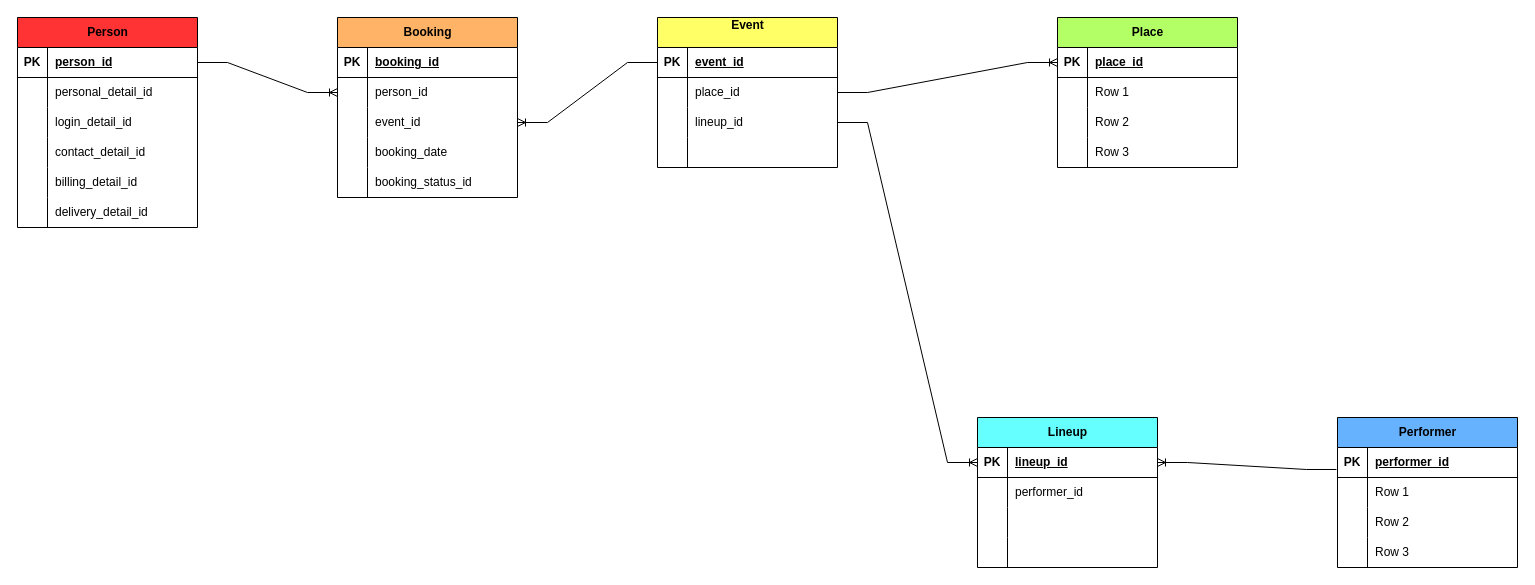
weirparty/drawings keeps this draw.io diagram as page "High Level" (2 of 3) of test.drawio. Above is the earlier version. Source tidied: cells renumbered, new cells numbered last; positions are measured from the earlier drawing's top-left corner, leaving out a move shared by most shapes. Both pictures are drawn from the tidied source at 100%, with x=0, y=0 at pixel (17, 17).
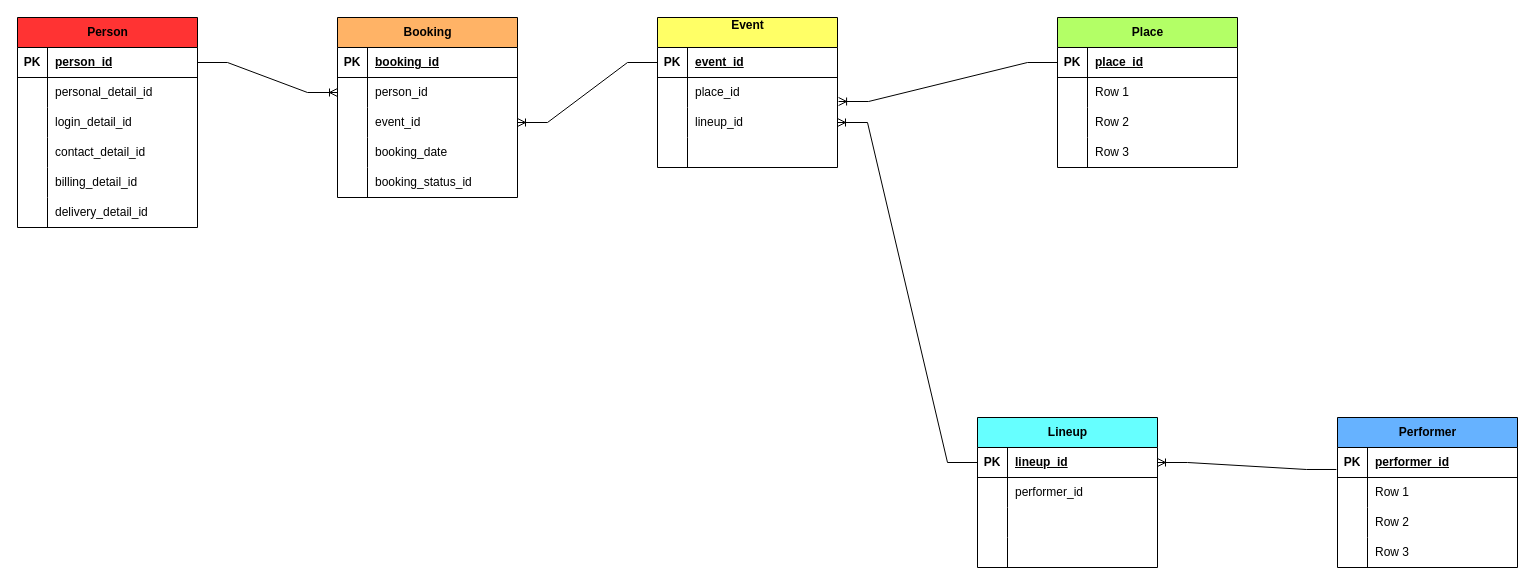
Above is the later version.

The change refers to these unchanged cells:
```xml
<mxCell id="22" style="shape=tableRow;horizontal=0;startSize=0;swimlaneHead=0;swimlaneBody=0;fillColor=none;points=[[0,0.5],[1,0.5]];portConstraint=eastwest;top=0;left=0;right=0;bottom=1;" parent="21" vertex="1">
  <mxGeometry y="30" width="180" height="30" as="geometry" />
</mxCell>
<mxCell id="35" style="shape=tableRow;horizontal=0;startSize=0;swimlaneHead=0;swimlaneBody=0;fillColor=none;points=[[0,0.5],[1,0.5]];portConstraint=eastwest;top=0;left=0;right=0;bottom=1;" parent="34" vertex="1">
  <mxGeometry y="30" width="180" height="30" as="geometry" />
</mxCell>
<mxCell id="67" style="shape=tableRow;horizontal=0;startSize=0;swimlaneHead=0;swimlaneBody=0;fillColor=none;points=[[0,0.5],[1,0.5]];portConstraint=eastwest;top=0;left=0;right=0;bottom=0;" parent="63" vertex="1">
  <mxGeometry y="60" width="180" height="30" as="geometry" />
</mxCell>
<mxCell id="70" style="shape=tableRow;horizontal=0;startSize=0;swimlaneHead=0;swimlaneBody=0;fillColor=none;points=[[0,0.5],[1,0.5]];portConstraint=eastwest;top=0;left=0;right=0;bottom=0;" parent="63" vertex="1">
  <mxGeometry y="90" width="180" height="30" as="geometry" />
</mxCell>
```

The edit, as a diff of the source:
```diff
@@
-    <mxCell id="91" style="edgeStyle=entityRelationEdgeStyle;fontSize=12;html=1;endArrow=ERoneToMany;rounded=0;entryX=0;entryY=0.5;entryDx=0;entryDy=0;" parent="1" edge="1" source="67" target="35">
+    <mxCell id="91" style="edgeStyle=entityRelationEdgeStyle;fontSize=12;html=1;endArrow=ERoneToMany;rounded=0;exitX=0;exitY=0.5;exitDx=0;exitDy=0;entryX=1.006;entryY=0.8;entryDx=0;entryDy=0;entryPerimeter=0;" parent="1" edge="1" source="35" target="67">
       <mxGeometry relative="1" as="geometry">
         <Array as="points">
           <mxPoint x="1140" y="120" />
         </Array>
       </mxGeometry>
     </mxCell>
-    <mxCell id="92" style="edgeStyle=entityRelationEdgeStyle;fontSize=12;html=1;endArrow=ERoneToMany;rounded=0;exitX=1;exitY=0.5;exitDx=0;exitDy=0;entryX=0;entryY=0.5;entryDx=0;entryDy=0;" parent="1" edge="1" source="70" target="22">
+    <mxCell id="92" style="edgeStyle=entityRelationEdgeStyle;fontSize=12;html=1;endArrow=ERoneToMany;rounded=0;exitX=0;exitY=0.5;exitDx=0;exitDy=0;entryX=1;entryY=0.5;entryDx=0;entryDy=0;" parent="1" edge="1" source="22" target="70">
       <mxGeometry relative="1" as="geometry" />
     </mxCell>
```
